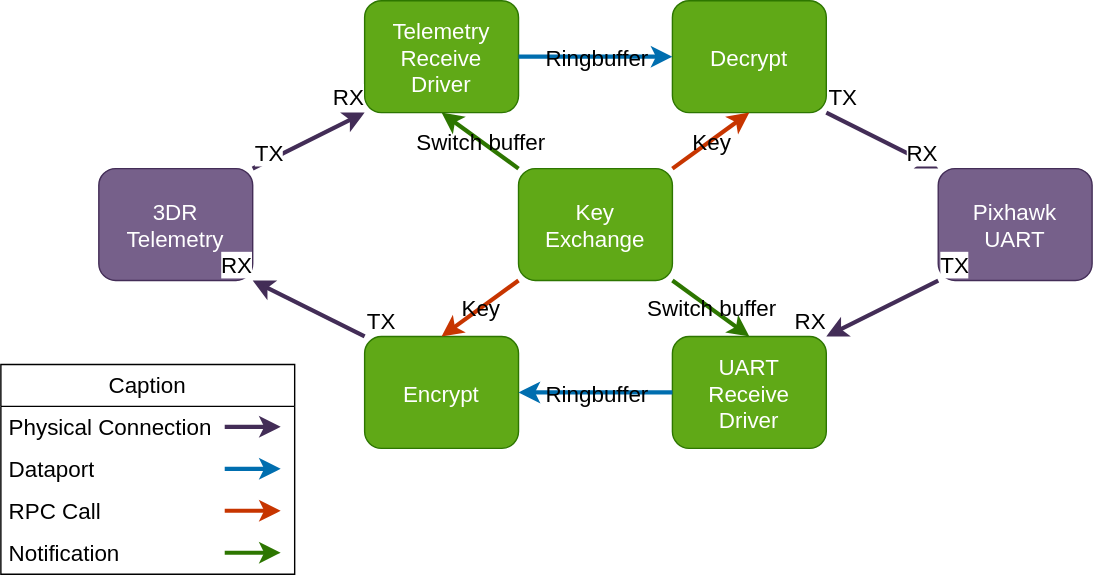
Above: pics/components.svg in colorglass/seL4_rpi4 (draw.io), before the change. Source tidied: cells renumbered, new cells last; positions are measured from the earlier drawing's top-left corner, leaving out a move shared by most shapes.
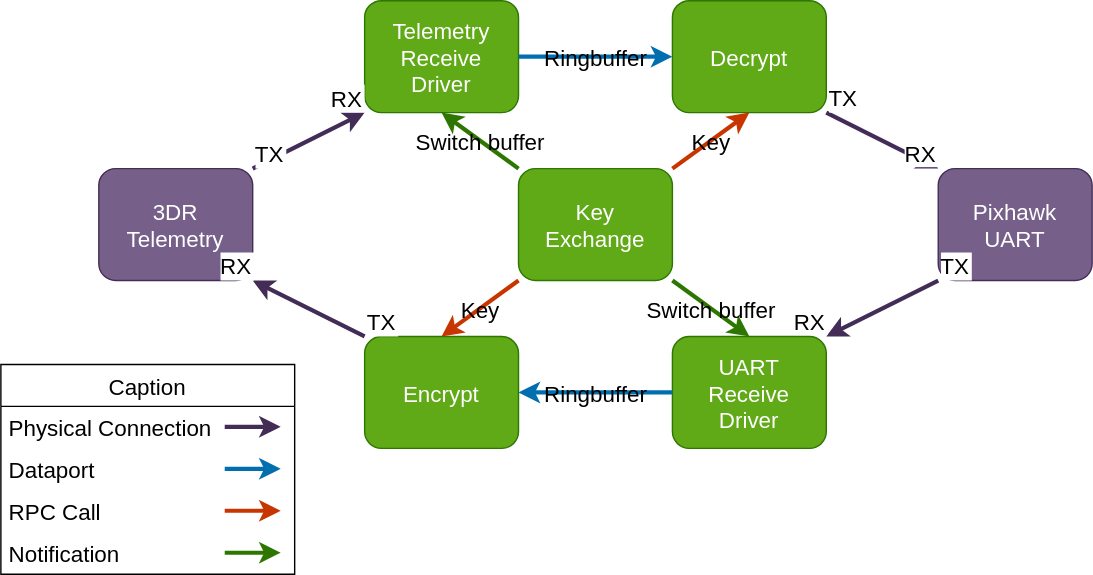
Above is the later version.

What changed in the source:
```diff
@@ -23,10 +23,10 @@
     <mxCell id="8" value="Key&#10;Exchange" style="rounded=1;fillColor=#60a917;fontColor=#ffffff;strokeColor=#2D7600;fontSize=16;" parent="1" vertex="1">
       <mxGeometry x="370" y="120" width="110" height="80" as="geometry" />
     </mxCell>
-    <mxCell id="9" value="&lt;font style=&quot;font-size: 16px;&quot;&gt;Caption&lt;/font&gt;" style="swimlane;fontStyle=0;horizontal=1;startSize=30;whiteSpace=wrap;html=1;" parent="1" vertex="1">
+    <mxCell id="9" value="Caption" style="swimlane;fontStyle=0;horizontal=1;startSize=30;fontSize=16;" parent="1" vertex="1">
       <mxGeometry y="260" width="210" height="150" as="geometry" />
     </mxCell>
-    <mxCell id="10" value="&lt;font style=&quot;font-size: 16px;&quot;&gt;Physical Connection&lt;/font&gt;" style="text;strokeColor=none;fillColor=none;align=left;verticalAlign=middle;spacingLeft=4;spacingRight=4;overflow=hidden;whiteSpace=wrap;html=1;" parent="9" vertex="1">
+    <mxCell id="10" value="Physical Connection" style="text;strokeColor=none;fillColor=none;align=left;verticalAlign=middle;spacingLeft=4;spacingRight=4;overflow=hidden;fontSize=16;" parent="9" vertex="1">
       <mxGeometry y="30" width="210" height="30" as="geometry" />
     </mxCell>
     <mxCell id="11" style="edgeStyle=none;exitX=1;exitY=0;exitDx=0;exitDy=0;strokeWidth=3;fillColor=#76608a;strokeColor=#432D57;" parent="9" edge="1">
@@ -35,7 +35,7 @@
         <mxPoint x="200" y="44.6" as="targetPoint" />
       </mxGeometry>
     </mxCell>
-    <mxCell id="12" value="&lt;font style=&quot;font-size: 16px;&quot;&gt;Dataport&lt;/font&gt;" style="text;strokeColor=none;fillColor=none;align=left;verticalAlign=middle;spacingLeft=4;spacingRight=4;overflow=hidden;whiteSpace=wrap;html=1;" parent="9" vertex="1">
+    <mxCell id="12" value="Dataport" style="text;strokeColor=none;fillColor=none;align=left;verticalAlign=middle;spacingLeft=4;spacingRight=4;overflow=hidden;fontSize=16;" parent="9" vertex="1">
       <mxGeometry y="60" width="210" height="30" as="geometry" />
     </mxCell>
     <mxCell id="13" style="edgeStyle=none;exitX=1;exitY=0;exitDx=0;exitDy=0;strokeWidth=3;fillColor=#1ba1e2;strokeColor=#006EAF;" parent="9" edge="1">
@@ -50,7 +50,7 @@
         <mxPoint x="200" y="104.6" as="targetPoint" />
       </mxGeometry>
     </mxCell>
-    <mxCell id="15" value="&lt;font style=&quot;font-size: 16px;&quot;&gt;RPC Call&lt;/font&gt;" style="text;strokeColor=none;fillColor=none;align=left;verticalAlign=middle;spacingLeft=4;spacingRight=4;overflow=hidden;whiteSpace=wrap;html=1;" parent="9" vertex="1">
+    <mxCell id="15" value="RPC Call" style="text;strokeColor=none;fillColor=none;align=left;verticalAlign=middle;spacingLeft=4;spacingRight=4;overflow=hidden;fontSize=16;" parent="9" vertex="1">
       <mxGeometry y="90" width="210" height="30" as="geometry" />
     </mxCell>
     <mxCell id="16" style="edgeStyle=none;exitX=1;exitY=0;exitDx=0;exitDy=0;strokeWidth=3;fillColor=#60a917;strokeColor=#2D7600;" parent="9" edge="1">
@@ -59,79 +59,79 @@
         <mxPoint x="200" y="134.6" as="targetPoint" />
       </mxGeometry>
     </mxCell>
-    <mxCell id="17" value="&lt;font style=&quot;font-size: 16px;&quot;&gt;Notification&lt;/font&gt;" style="text;strokeColor=none;fillColor=none;align=left;verticalAlign=middle;spacingLeft=4;spacingRight=4;overflow=hidden;whiteSpace=wrap;html=1;" parent="9" vertex="1">
+    <mxCell id="17" value="Notification" style="text;strokeColor=none;fillColor=none;align=left;verticalAlign=middle;spacingLeft=4;spacingRight=4;overflow=hidden;fontSize=16;" parent="9" vertex="1">
       <mxGeometry y="120" width="210" height="30" as="geometry" />
     </mxCell>
     <mxCell id="18" style="endArrow=classic;html=1;exitX=0;exitY=0;exitDx=0;exitDy=0;entryX=0.5;entryY=1;entryDx=0;entryDy=0;strokeWidth=3;fillColor=#60a917;strokeColor=#2D7600;" parent="1" edge="1" source="8" target="3">
       <mxGeometry relative="1" as="geometry" />
     </mxCell>
-    <mxCell id="19" value="&lt;font style=&quot;font-size: 16px;&quot;&gt;Switch buffer&lt;/font&gt;" style="edgeLabel;html=1;align=center;verticalAlign=middle;labelBackgroundColor=none;" parent="18" vertex="1">
+    <mxCell id="19" value="Switch buffer" style="edgeLabel;align=center;verticalAlign=middle;labelBackgroundColor=none;fontSize=16;" parent="18" vertex="1">
       <mxGeometry relative="1" as="geometry" />
     </mxCell>
     <mxCell id="20" style="endArrow=classic;html=1;exitX=1;exitY=1;exitDx=0;exitDy=0;entryX=0.5;entryY=0;entryDx=0;entryDy=0;strokeWidth=3;fillColor=#60a917;strokeColor=#2D7600;" parent="1" edge="1" source="8" target="7">
       <mxGeometry relative="1" as="geometry" />
     </mxCell>
-    <mxCell id="21" value="&lt;font style=&quot;font-size: 16px;&quot;&gt;Switch buffer&lt;/font&gt;" style="edgeLabel;html=1;align=center;verticalAlign=middle;labelBackgroundColor=none;" parent="20" vertex="1">
+    <mxCell id="21" value="Switch buffer" style="edgeLabel;align=center;verticalAlign=middle;labelBackgroundColor=none;fontSize=16;" parent="20" vertex="1">
       <mxGeometry relative="1" as="geometry" />
     </mxCell>
     <mxCell id="22" style="endArrow=classic;html=1;exitX=1;exitY=0;exitDx=0;exitDy=0;entryX=0.5;entryY=1;entryDx=0;entryDy=0;strokeWidth=3;fillColor=#fa6800;strokeColor=#C73500;" parent="1" edge="1" source="8" target="4">
       <mxGeometry relative="1" as="geometry" />
     </mxCell>
-    <mxCell id="23" value="&lt;font style=&quot;font-size: 16px;&quot;&gt;Key&lt;/font&gt;" style="edgeLabel;html=1;align=center;verticalAlign=middle;labelBackgroundColor=none;" parent="22" vertex="1">
+    <mxCell id="23" value="Key" style="edgeLabel;align=center;verticalAlign=middle;labelBackgroundColor=none;fontSize=16;" parent="22" vertex="1">
       <mxGeometry relative="1" as="geometry" />
     </mxCell>
     <mxCell id="24" style="endArrow=classic;html=1;exitX=0;exitY=1;exitDx=0;exitDy=0;entryX=0.5;entryY=0;entryDx=0;entryDy=0;strokeWidth=3;fillColor=#fa6800;strokeColor=#C73500;" parent="1" edge="1" source="8" target="5">
       <mxGeometry relative="1" as="geometry" />
     </mxCell>
-    <mxCell id="25" value="&lt;font style=&quot;font-size: 16px;&quot;&gt;Key&lt;/font&gt;" style="edgeLabel;html=1;align=center;verticalAlign=middle;labelBackgroundColor=none;" parent="24" vertex="1">
+    <mxCell id="25" value="Key" style="edgeLabel;align=center;verticalAlign=middle;labelBackgroundColor=none;fontSize=16;" parent="24" vertex="1">
       <mxGeometry relative="1" as="geometry" />
     </mxCell>
     <mxCell id="26" style="endArrow=classic;html=1;exitX=1;exitY=0.5;exitDx=0;exitDy=0;entryX=0;entryY=0.5;entryDx=0;entryDy=0;strokeWidth=3;fillColor=#1ba1e2;strokeColor=#006EAF;" parent="1" edge="1" source="3" target="4">
       <mxGeometry relative="1" as="geometry" />
     </mxCell>
-    <mxCell id="27" value="&lt;font style=&quot;font-size: 16px;&quot;&gt;Ringbuffer&lt;/font&gt;" style="edgeLabel;html=1;align=center;verticalAlign=middle;labelBackgroundColor=none;" parent="26" vertex="1">
+    <mxCell id="27" value="Ringbuffer" style="edgeLabel;align=center;verticalAlign=middle;labelBackgroundColor=none;fontSize=16;" parent="26" vertex="1">
       <mxGeometry relative="1" as="geometry" />
     </mxCell>
     <mxCell id="28" style="endArrow=classic;html=1;exitX=0;exitY=0.5;exitDx=0;exitDy=0;entryX=1;entryY=0.5;entryDx=0;entryDy=0;strokeWidth=3;fillColor=#1ba1e2;strokeColor=#006EAF;" parent="1" edge="1" source="7" target="5">
       <mxGeometry relative="1" as="geometry" />
     </mxCell>
-    <mxCell id="29" value="&lt;font style=&quot;font-size: 16px;&quot;&gt;Ringbuffer&lt;/font&gt;" style="edgeLabel;html=1;align=center;verticalAlign=middle;labelBackgroundColor=none;" parent="28" vertex="1">
+    <mxCell id="29" value="Ringbuffer" style="edgeLabel;align=center;verticalAlign=middle;labelBackgroundColor=none;fontSize=16;" parent="28" vertex="1">
       <mxGeometry relative="1" as="geometry" />
     </mxCell>
     <mxCell id="30" style="endArrow=classic;html=1;exitX=1;exitY=0;exitDx=0;exitDy=0;entryX=0;entryY=1;entryDx=0;entryDy=0;strokeWidth=3;fillColor=#76608a;strokeColor=#432D57;" parent="1" edge="1" source="2" target="3">
       <mxGeometry relative="1" as="geometry" />
     </mxCell>
-    <mxCell id="31" value="&lt;font style=&quot;font-size: 16px;&quot;&gt;TX&lt;/font&gt;" style="edgeLabel;html=1;align=left;verticalAlign=bottom;" parent="30" vertex="1">
+    <mxCell id="31" value="TX" style="edgeLabel;align=left;verticalAlign=bottom;fontSize=16;" parent="30" vertex="1">
       <mxGeometry x="-1" relative="1" as="geometry" />
     </mxCell>
-    <mxCell id="32" value="&lt;font style=&quot;font-size: 16px;&quot;&gt;RX&lt;/font&gt;" style="edgeLabel;html=1;align=right;verticalAlign=bottom;" parent="30" vertex="1">
+    <mxCell id="32" value="RX" style="edgeLabel;align=right;verticalAlign=bottom;fontSize=16;" parent="30" vertex="1">
       <mxGeometry x="1" relative="1" as="geometry" />
     </mxCell>
     <mxCell id="33" style="endArrow=classic;html=1;exitX=0;exitY=0;exitDx=0;exitDy=0;entryX=1;entryY=1;entryDx=0;entryDy=0;strokeWidth=3;fillColor=#76608a;strokeColor=#432D57;" parent="1" edge="1" source="5" target="2">
       <mxGeometry relative="1" as="geometry" />
     </mxCell>
-    <mxCell id="34" value="&lt;font style=&quot;font-size: 16px;&quot;&gt;TX&lt;/font&gt;" style="edgeLabel;html=1;align=left;verticalAlign=bottom;" parent="33" vertex="1">
+    <mxCell id="34" value="TX" style="edgeLabel;align=left;verticalAlign=bottom;fontSize=16;" parent="33" vertex="1">
       <mxGeometry x="-1" relative="1" as="geometry" />
     </mxCell>
-    <mxCell id="35" value="&lt;font style=&quot;font-size: 16px;&quot;&gt;RX&lt;/font&gt;" style="edgeLabel;html=1;align=right;verticalAlign=bottom;" parent="33" vertex="1">
+    <mxCell id="35" value="RX" style="edgeLabel;align=right;verticalAlign=bottom;fontSize=16;" parent="33" vertex="1">
       <mxGeometry x="1" relative="1" as="geometry" />
     </mxCell>
     <mxCell id="36" style="endArrow=classic;html=1;exitX=1;exitY=1;exitDx=0;exitDy=0;entryX=0;entryY=0;entryDx=0;entryDy=0;strokeWidth=3;fillColor=#76608a;strokeColor=#432D57;" parent="1" edge="1" source="4" target="6">
       <mxGeometry relative="1" as="geometry" />
     </mxCell>
-    <mxCell id="37" value="&lt;font style=&quot;font-size: 16px;&quot;&gt;TX&lt;/font&gt;" style="edgeLabel;html=1;align=left;verticalAlign=bottom;" parent="36" vertex="1">
+    <mxCell id="37" value="TX" style="edgeLabel;align=left;verticalAlign=bottom;fontSize=16;" parent="36" vertex="1">
       <mxGeometry x="-1" relative="1" as="geometry" />
     </mxCell>
-    <mxCell id="38" value="&lt;font style=&quot;font-size: 16px;&quot;&gt;RX&lt;/font&gt;" style="edgeLabel;html=1;align=right;verticalAlign=bottom;" parent="36" vertex="1">
+    <mxCell id="38" value="RX" style="edgeLabel;align=right;verticalAlign=bottom;fontSize=16;" parent="36" vertex="1">
       <mxGeometry x="1" relative="1" as="geometry" />
     </mxCell>
     <mxCell id="39" style="endArrow=classic;html=1;exitX=0;exitY=1;exitDx=0;exitDy=0;entryX=1;entryY=0;entryDx=0;entryDy=0;strokeWidth=3;fillColor=#76608a;strokeColor=#432D57;" parent="1" edge="1" source="6" target="7">
       <mxGeometry relative="1" as="geometry" />
     </mxCell>
-    <mxCell id="40" value="&lt;font style=&quot;font-size: 16px;&quot;&gt;TX&lt;/font&gt;" style="edgeLabel;html=1;align=left;verticalAlign=bottom;" parent="39" vertex="1">
+    <mxCell id="40" value="TX" style="edgeLabel;align=left;verticalAlign=bottom;fontSize=16;" parent="39" vertex="1">
       <mxGeometry x="-1" relative="1" as="geometry" />
     </mxCell>
-    <mxCell id="41" value="&lt;font style=&quot;font-size: 16px;&quot;&gt;RX&lt;/font&gt;" style="edgeLabel;html=1;align=right;verticalAlign=bottom;" parent="39" vertex="1">
+    <mxCell id="41" value="RX" style="edgeLabel;align=right;verticalAlign=bottom;fontSize=16;" parent="39" vertex="1">
       <mxGeometry x="1" relative="1" as="geometry" />
     </mxCell>
   </root>
```
